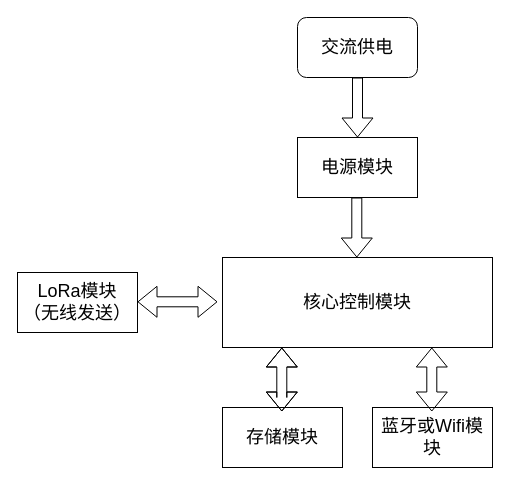
This is 未命名绘图.drawio from xingxing7290/Hello-World, a draw.io file, before an edit. Source tidied: cells renumbered, new cells numbered last; positions are measured from the earlier drawing's top-left corner, leaving out a move shared by most shapes. Both pictures are drawn from the tidied source at 100%, with x=0, y=0 at pixel (17, 17).
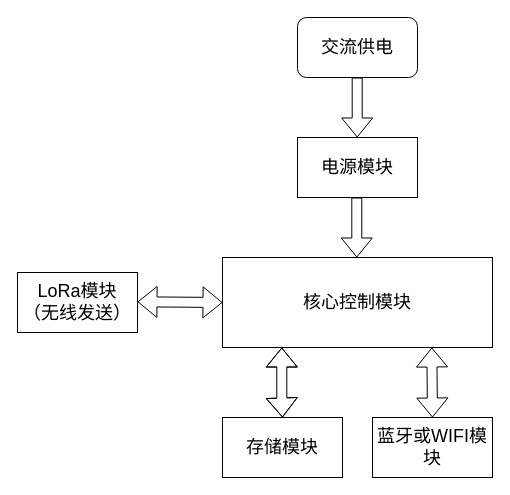
After the change.

Commit message:
更新未命名绘图.drawio

The edit, as a diff of the source:
```diff
@@
 <mxGraphModel>
   <root>
     <mxCell id="0" />
     <mxCell id="1" parent="0" />
-    <mxCell id="2" value="交流供电" style="rounded=1;whiteSpace=wrap;html=1;fontSize=18;" parent="1" vertex="1">
-      <mxGeometry x="280" width="120" height="60" as="geometry" />
-    </mxCell>
     <mxCell id="3" value="电源模块" style="rounded=0;whiteSpace=wrap;html=1;fontSize=18;" parent="1" vertex="1">
       <mxGeometry x="280" y="120" width="120" height="60" as="geometry" />
     </mxCell>
     <mxCell id="4" value="核心控制模块" style="rounded=0;whiteSpace=wrap;html=1;fontSize=18;" parent="1" vertex="1">
       <mxGeometry x="205" y="240" width="270" height="90" as="geometry" />
     </mxCell>
     <mxCell id="5" value="LoRa模块&lt;br&gt;（无线发送）" style="rounded=0;whiteSpace=wrap;html=1;fontSize=18;" parent="1" vertex="1">
       <mxGeometry y="255" width="120" height="60" as="geometry" />
     </mxCell>
     <mxCell id="6" value="存储模块" style="rounded=0;whiteSpace=wrap;html=1;fontSize=18;" parent="1" vertex="1">
-      <mxGeometry x="205" y="390" width="120" height="60" as="geometry" />
+      <mxGeometry x="205" y="400" width="120" height="60" as="geometry" />
     </mxCell>
-    <mxCell id="7" value="蓝牙或Wifi模块" style="rounded=0;whiteSpace=wrap;html=1;fontSize=18;" parent="1" vertex="1">
-      <mxGeometry x="355" y="390" width="120" height="60" as="geometry" />
+    <mxCell id="7" value="蓝牙或WIFI模块" style="rounded=0;whiteSpace=wrap;html=1;fontSize=18;" parent="1" vertex="1">
+      <mxGeometry x="355" y="400" width="120" height="60" as="geometry" />
     </mxCell>
-    <mxCell id="8" style="shape=flexArrow;endArrow=classic;startArrow=classic;html=1;fontSize=18;" parent="1" edge="1">
+    <mxCell id="8" style="shape=flexArrow;endArrow=classic;startArrow=classic;html=1;fontSize=18;exitX=0.5;exitY=0;exitDx=0;exitDy=0;" parent="1" edge="1" source="6">
       <mxGeometry relative="1" as="geometry">
-        <mxPoint x="264.3" y="394" as="sourcePoint" />
         <mxPoint x="264.3" y="330" as="targetPoint" />
         <Array as="points">
           <mxPoint x="264.3" y="380" />
         </Array>
       </mxGeometry>
     </mxCell>
-    <mxCell id="9" style="shape=flexArrow;endArrow=classic;startArrow=classic;html=1;fontSize=18;" parent="1" edge="1">
+    <mxCell id="9" style="shape=flexArrow;endArrow=classic;startArrow=classic;html=1;fontSize=18;exitX=0.5;exitY=0;exitDx=0;exitDy=0;" parent="1" edge="1" source="7">
       <mxGeometry relative="1" as="geometry">
-        <mxPoint x="414.3" y="394" as="sourcePoint" />
         <mxPoint x="414.3" y="330" as="targetPoint" />
       </mxGeometry>
     </mxCell>
-    <mxCell id="10" style="shape=flexArrow;endArrow=classic;html=1;fontSize=18;exitX=0.5;exitY=1;exitDx=0;exitDy=0;entryX=0.5;entryY=0;entryDx=0;entryDy=0;" parent="1" edge="1" source="2" target="3">
-      <mxGeometry relative="1" as="geometry" />
-    </mxCell>
-    <mxCell id="11" style="shape=flexArrow;endArrow=classic;startArrow=classic;html=1;fontSize=18;" parent="1" edge="1">
+    <mxCell id="11" style="shape=flexArrow;endArrow=classic;startArrow=classic;html=1;fontSize=18;exitX=0;exitY=0.5;exitDx=0;exitDy=0;" parent="1" edge="1" source="4">
       <mxGeometry relative="1" as="geometry">
-        <mxPoint x="200" y="284.3" as="sourcePoint" />
         <mxPoint x="120" y="284.3" as="targetPoint" />
       </mxGeometry>
     </mxCell>
     <mxCell id="12" style="shape=flexArrow;endArrow=classic;html=1;fontSize=18;exitX=0.5;exitY=1;exitDx=0;exitDy=0;entryX=0.5;entryY=0;entryDx=0;entryDy=0;" parent="1" edge="1">
       <mxGeometry relative="1" as="geometry">
         <mxPoint x="339.3" y="180" as="sourcePoint" />
         <mxPoint x="339.3" y="240" as="targetPoint" />
       </mxGeometry>
     </mxCell>
+    <mxCell id="2" value="交流供电" style="rounded=1;whiteSpace=wrap;html=1;fontSize=18;" parent="1" vertex="1">
+      <mxGeometry x="280" width="120" height="60" as="geometry" />
+    </mxCell>
+    <mxCell id="13" style="shape=flexArrow;endArrow=classic;html=1;fontSize=18;exitX=0.5;exitY=1;exitDx=0;exitDy=0;entryX=0.5;entryY=0;entryDx=0;entryDy=0;" parent="1" edge="1">
+      <mxGeometry relative="1" as="geometry">
+        <mxPoint x="339.7" y="60" as="sourcePoint" />
+        <mxPoint x="339.7" y="120" as="targetPoint" />
+      </mxGeometry>
+    </mxCell>
   </root>
 </mxGraphModel>
```
